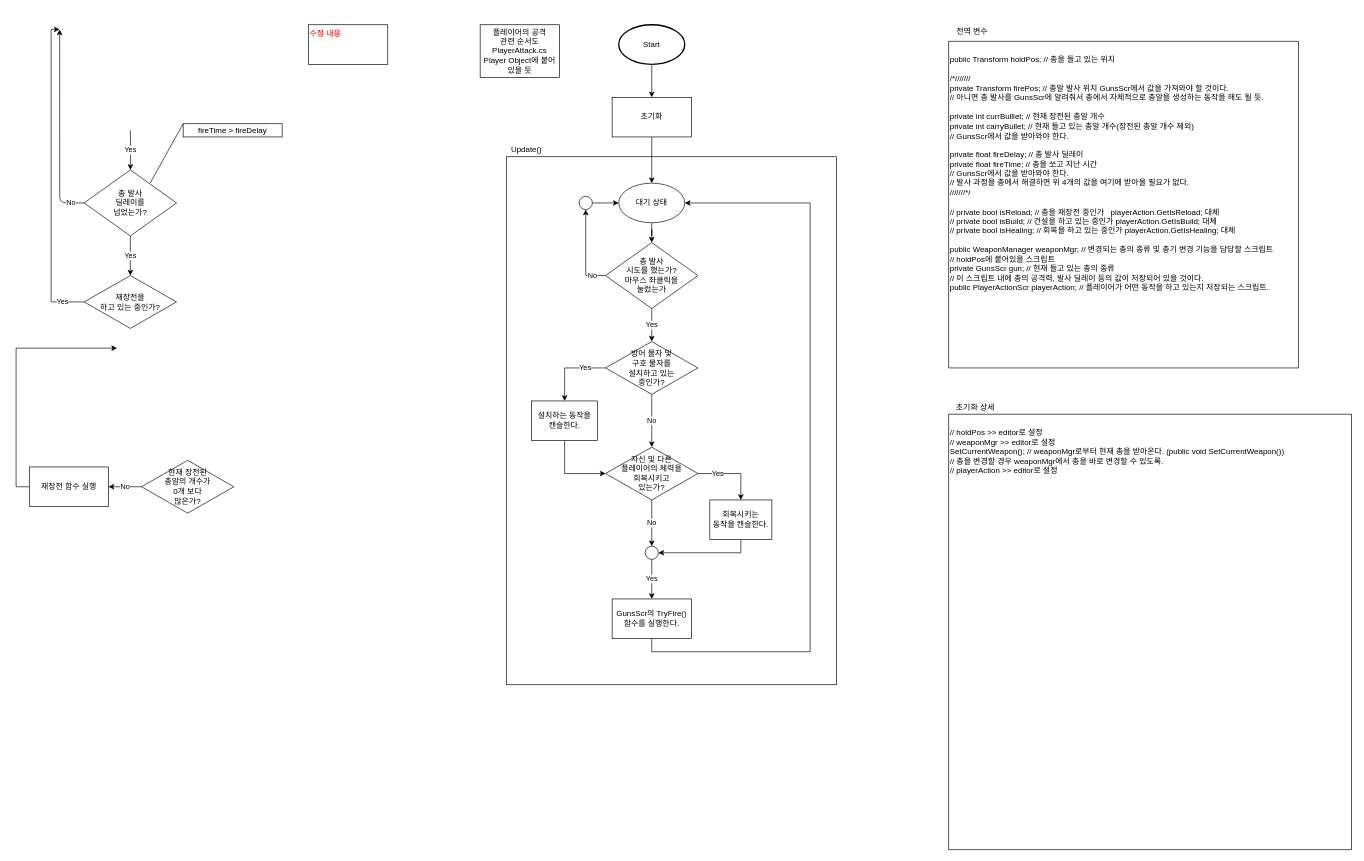
Above: FlowChart/PlayerAttack.drawio in BckLily/YeilMainProjectBackUp (draw.io), before the change. Source tidied: cells renumbered, new cells numbered last; positions are measured from the earlier drawing's top-left corner, leaving out a move shared by most shapes. Both pictures are drawn from the tidied source at 66%, with x=0, y=0 at pixel (16, 24).
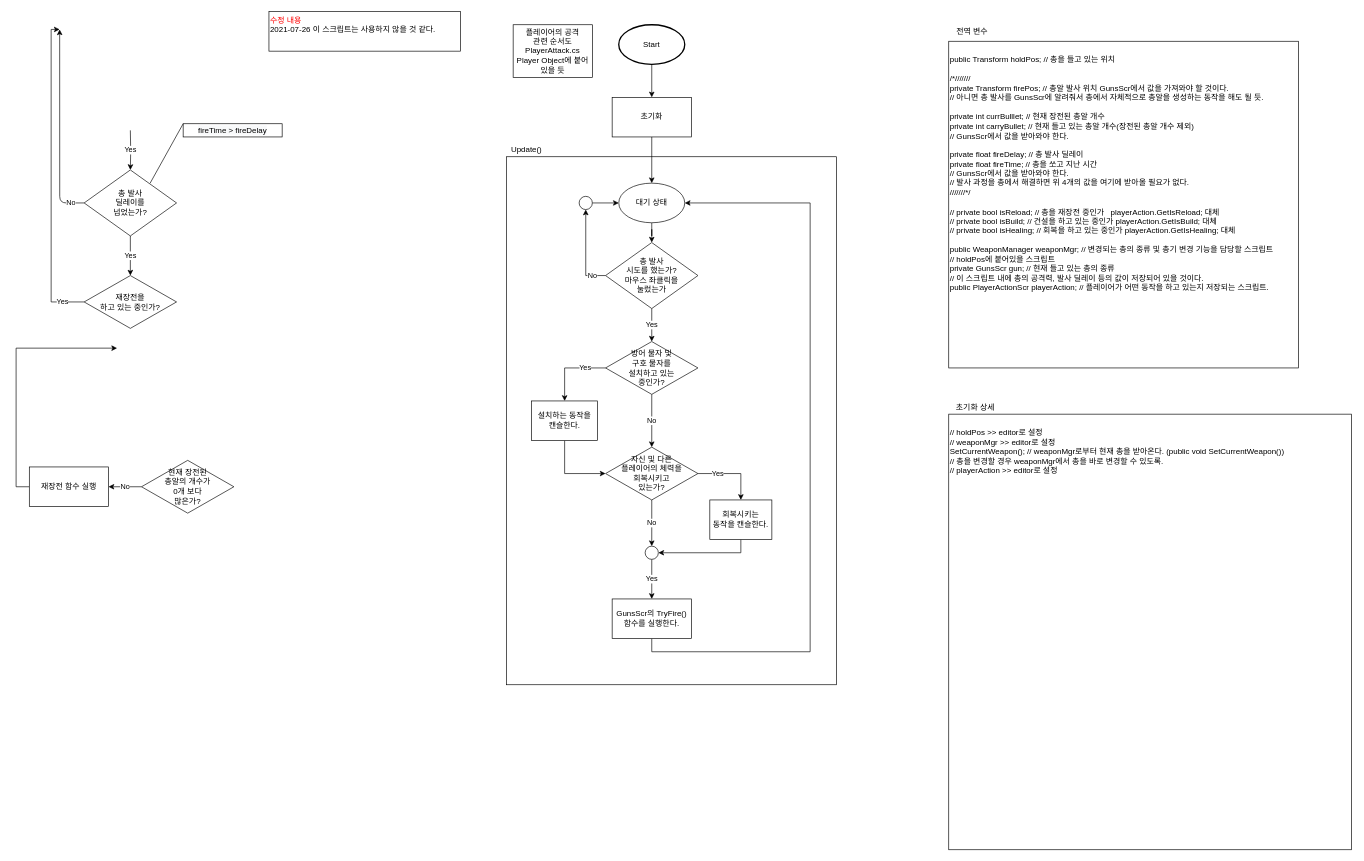
Above is the later version.

The edit, as a diff of the source:
```diff
@@
     <mxCell id="5" value="플레이어의 공격&lt;br&gt;관련 순서도&lt;br&gt;PlayerAttack.cs&lt;br&gt;Player Object에 붙어 있을 듯" style="whiteSpace=wrap;html=1;" parent="1" vertex="1">
-      <mxGeometry x="703" width="120" height="80" as="geometry" />
+      <mxGeometry x="753" width="120" height="80" as="geometry" />
     </mxCell>
@@
-    <mxCell id="47" value="&lt;font color=&quot;#ff0000&quot;&gt;수정 내용&lt;/font&gt;&lt;br&gt;" style="rounded=0;whiteSpace=wrap;html=1;strokeColor=#000000;align=left;verticalAlign=top;" parent="1" vertex="1">
-      <mxGeometry x="443" width="120" height="60" as="geometry" />
+    <mxCell id="47" value="&lt;font color=&quot;#ff0000&quot;&gt;수정 내용&lt;br&gt;&lt;/font&gt;2021-07-26 이 스크립트는 사용하지 않을 것 같다." style="rounded=0;whiteSpace=wrap;html=1;strokeColor=#000000;align=left;verticalAlign=top;" parent="1" vertex="1">
+      <mxGeometry x="383" y="-20" width="290" height="60" as="geometry" />
     </mxCell>
```
